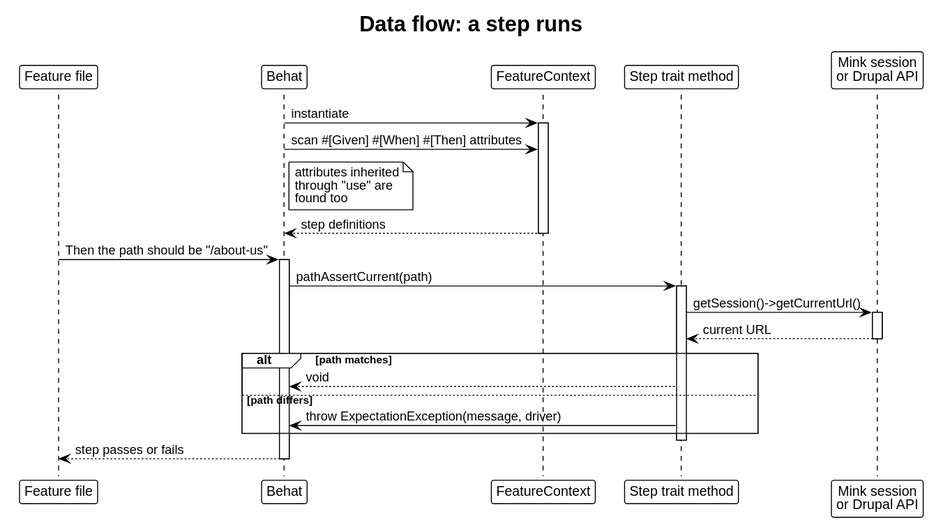
drevops/behat-steps keeps this PlantUML diagram as docs/architecture/dataflow-step.svg. Above is the earlier version. The source it was exported from:
```plantuml
@startuml
!theme plain
skinparam backgroundColor white
skinparam defaultFontName Helvetica
skinparam shadowing false
title Data flow: a step runs

participant "Feature file" as Feature
participant "Behat" as Behat
participant "FeatureContext" as Ctx
participant "Step trait method" as Trait
participant "Mink session\nor Drupal API" as Target

Behat -> Ctx: instantiate
activate Ctx
Behat -> Ctx: scan #[Given] #[When] #[Then] attributes
note right of Behat: attributes inherited\nthrough "use" are\nfound too
Ctx --> Behat: step definitions
deactivate Ctx

Feature -> Behat: Then the path should be "/about-us"
activate Behat
Behat -> Trait: pathAssertCurrent(path)
activate Trait
Trait -> Target: getSession()->getCurrentUrl()
activate Target
Target --> Trait: current URL
deactivate Target

alt path matches
  Trait --> Behat: void
else path differs
  Trait -> Behat: throw ExpectationException(message, driver)
end
deactivate Trait

Behat --> Feature: step passes or fails
deactivate Behat
@enduml
```
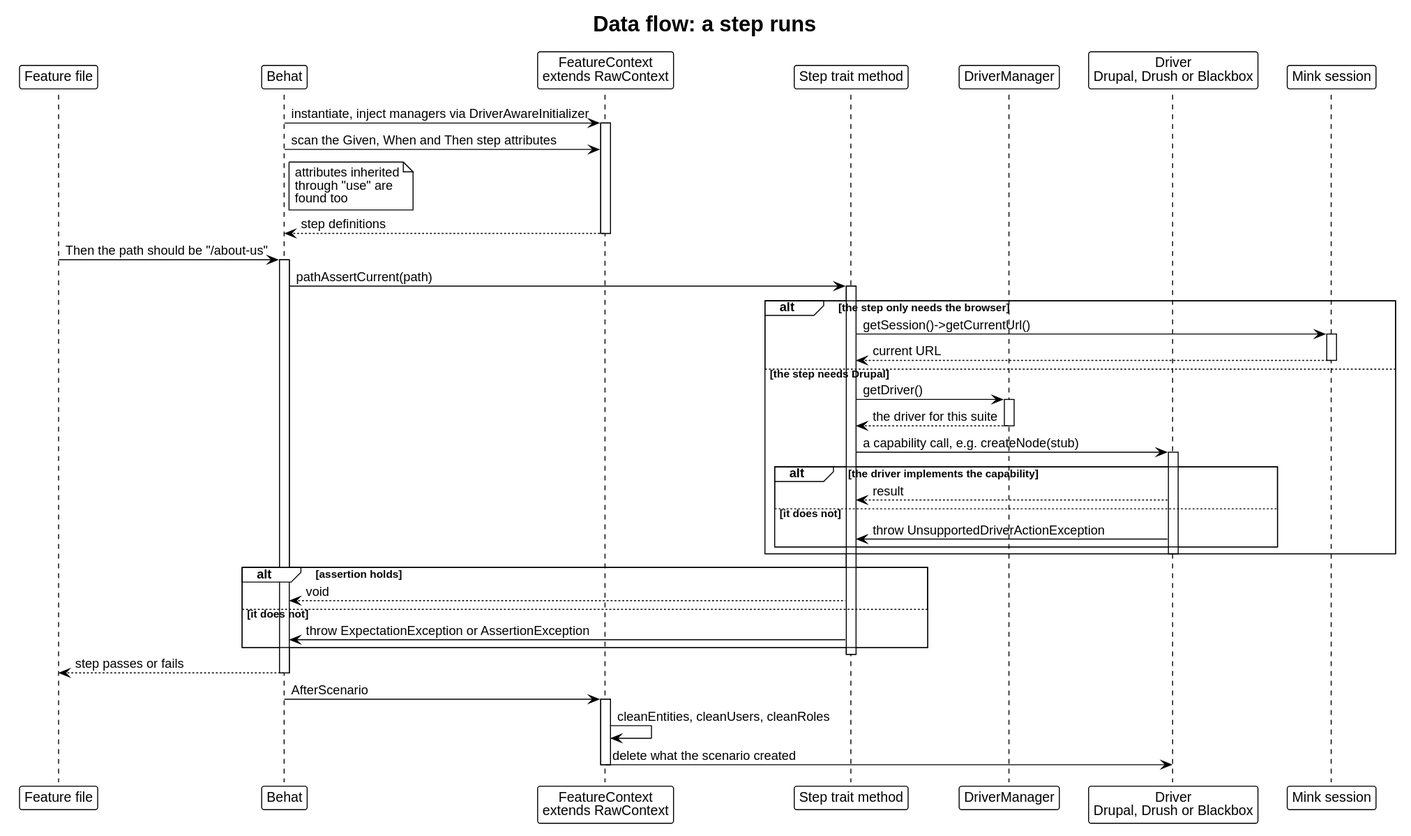
Above is the later version.

What changed in the source:
```diff
@@ -7,13 +7,15 @@
 
 participant "Feature file" as Feature
 participant "Behat" as Behat
-participant "FeatureContext" as Ctx
+participant "FeatureContext\nextends RawContext" as Ctx
 participant "Step trait method" as Trait
-participant "Mink session\nor Drupal API" as Target
+participant "DriverManager" as DM
+participant "Driver\nDrupal, Drush or Blackbox" as Driver
+participant "Mink session" as Mink
 
-Behat -> Ctx: instantiate
+Behat -> Ctx: instantiate, inject managers via DriverAwareInitializer
 activate Ctx
-Behat -> Ctx: scan #[Given] #[When] #[Then] attributes
+Behat -> Ctx: scan the Given, When and Then step attributes
 note right of Behat: attributes inherited\nthrough "use" are\nfound too
 Ctx --> Behat: step definitions
 deactivate Ctx
@@ -22,18 +24,40 @@
 activate Behat
 Behat -> Trait: pathAssertCurrent(path)
 activate Trait
-Trait -> Target: getSession()->getCurrentUrl()
-activate Target
-Target --> Trait: current URL
-deactivate Target
 
-alt path matches
+alt the step only needs the browser
+  Trait -> Mink: getSession()->getCurrentUrl()
+  activate Mink
+  Mink --> Trait: current URL
+  deactivate Mink
+else the step needs Drupal
+  Trait -> DM: getDriver()
+  activate DM
+  DM --> Trait: the driver for this suite
+  deactivate DM
+  Trait -> Driver: a capability call, e.g. createNode(stub)
+  activate Driver
+  alt the driver implements the capability
+    Driver --> Trait: result
+  else it does not
+    Driver -> Trait: throw UnsupportedDriverActionException
+  end
+  deactivate Driver
+end
+
+alt assertion holds
   Trait --> Behat: void
-else path differs
-  Trait -> Behat: throw ExpectationException(message, driver)
+else it does not
+  Trait -> Behat: throw ExpectationException or AssertionException
 end
 deactivate Trait
 
 Behat --> Feature: step passes or fails
 deactivate Behat
+
+Behat -> Ctx: AfterScenario
+activate Ctx
+Ctx -> Ctx: cleanEntities, cleanUsers, cleanRoles
+Ctx -> Driver: delete what the scenario created
+deactivate Ctx
 @enduml
```
